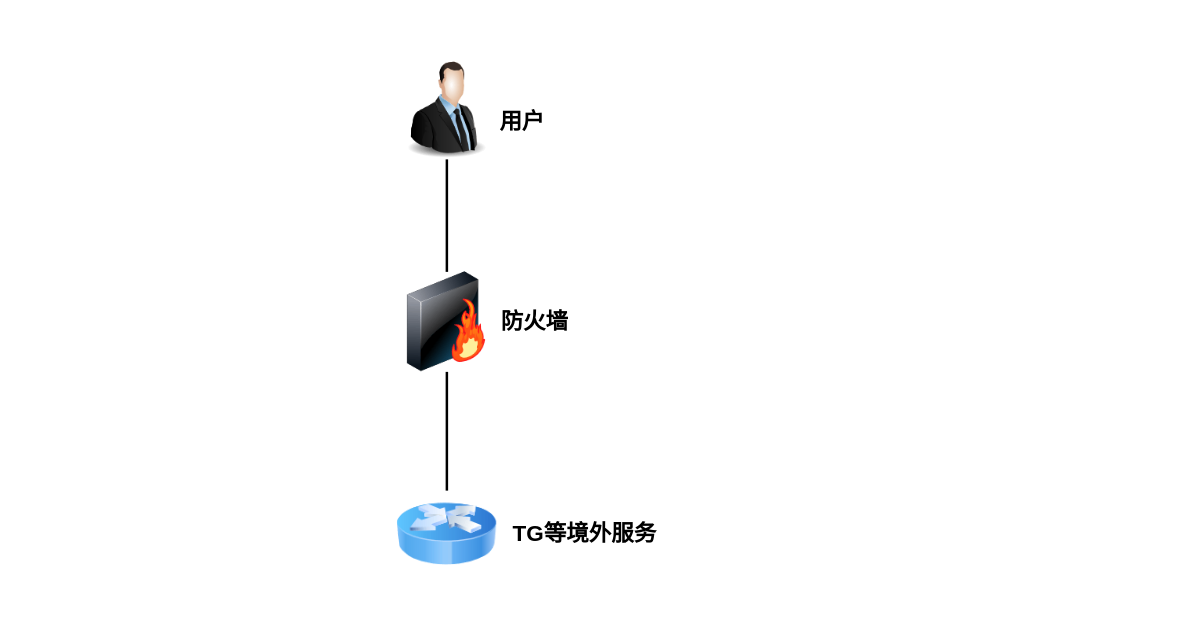
Ech0zr/liuchengtu keeps this draw.io diagram as 未命名绘图.drawio. Above is the earlier version. Source tidied: cells renumbered, new cells numbered last; positions are measured from the earlier drawing's top-left corner, leaving out a move shared by most shapes. Both pictures are drawn from the tidied source at 125%, with x=0, y=0 at pixel (396, 59).
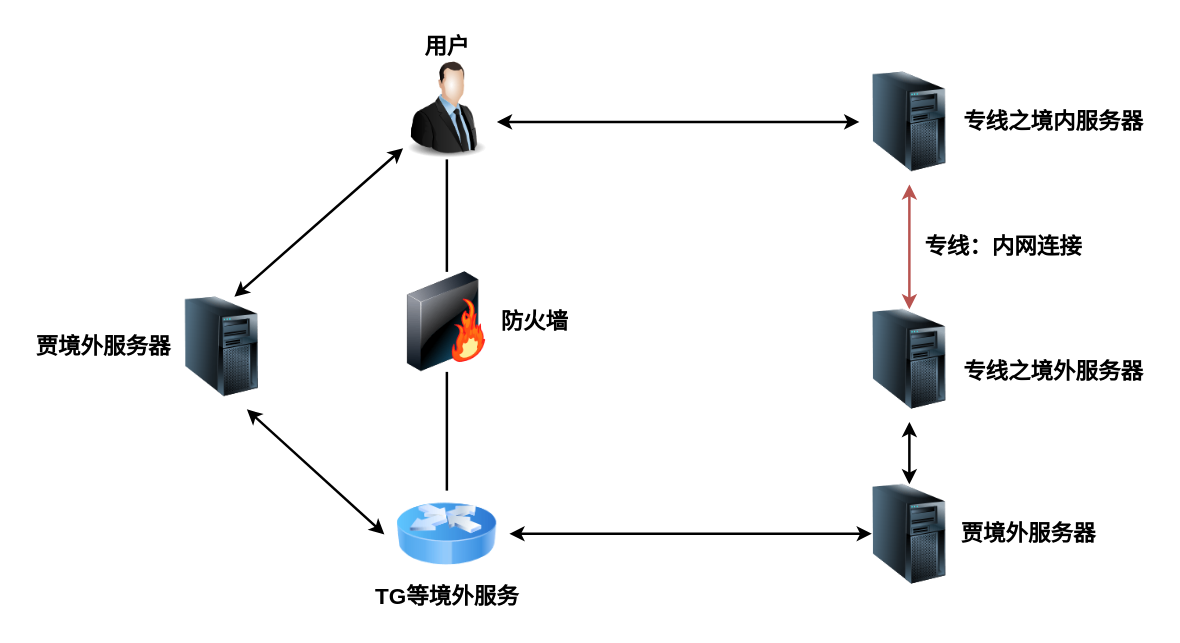
After the change.

The change refers to these unchanged cells:
```xml
<mxCell id="8" style="image;html=1;image=img/lib/clip_art/people/Suit_Man_128x128.png;" parent="1" vertex="1">
  <mxGeometry width="80" height="80" as="geometry" />
</mxCell>
```

The edit, as a diff of the source:
```diff
@@
     <mxCell id="5" value="&lt;b&gt;&lt;font style=&quot;font-size: 18px;&quot;&gt;TG等境外服务&lt;/font&gt;&lt;/b&gt;" style="text;html=1;align=center;verticalAlign=middle;strokeColor=none;fillColor=none;" parent="1" vertex="1">
-      <mxGeometry x="80" y="360" width="140" height="40" as="geometry" />
+      <mxGeometry x="-30" y="410" width="140" height="40" as="geometry" />
     </mxCell>
@@
     <mxCell id="9" value="&lt;b&gt;&lt;font style=&quot;font-size: 18px;&quot;&gt;用户&lt;/font&gt;&lt;/b&gt;" style="text;html=1;align=center;verticalAlign=middle;strokeColor=none;fillColor=none;" parent="1" vertex="1">
-      <mxGeometry x="70" y="30" width="60" height="40" as="geometry" />
+      <mxGeometry x="10" y="-30" width="60" height="40" as="geometry" />
     </mxCell>
+    <mxCell id="10" style="endArrow=classic;startArrow=classic;html=1;rounded=0;fontStyle=1;fontSize=18;strokeWidth=2;" parent="1" edge="1">
+      <mxGeometry relative="1" as="geometry">
+        <mxPoint x="-130" y="190" as="sourcePoint" />
+        <mxPoint x="5" y="71" as="targetPoint" />
+      </mxGeometry>
+    </mxCell>
+    <mxCell id="11" style="image;html=1;image=img/lib/clip_art/computers/Server_Tower_128x128.png;" parent="1" vertex="1">
+      <mxGeometry x="370" y="10" width="80" height="80" as="geometry" />
+    </mxCell>
+    <mxCell id="12" style="image;html=1;image=img/lib/clip_art/computers/Server_Tower_128x128.png;" parent="1" vertex="1">
+      <mxGeometry x="-180" y="190" width="80" height="80" as="geometry" />
+    </mxCell>
+    <mxCell id="13" style="endArrow=classic;startArrow=classic;html=1;rounded=0;fontStyle=1;fontSize=18;strokeWidth=2;" parent="1" edge="1">
+      <mxGeometry relative="1" as="geometry">
+        <mxPoint x="-120" y="280" as="sourcePoint" />
+        <mxPoint x="-10" y="380" as="targetPoint" />
+      </mxGeometry>
+    </mxCell>
+    <mxCell id="14" value="&lt;b&gt;&lt;font style=&quot;font-size: 18px;&quot;&gt;贾境外服务器&lt;/font&gt;&lt;/b&gt;" style="text;html=1;align=center;verticalAlign=middle;strokeColor=none;fillColor=none;" parent="1" vertex="1">
+      <mxGeometry x="-300" y="210" width="130" height="40" as="geometry" />
+    </mxCell>
+    <mxCell id="15" style="endArrow=classic;startArrow=classic;html=1;rounded=0;fontStyle=1;fontSize=18;strokeWidth=2;entryX=0;entryY=0.5;entryDx=0;entryDy=0;exitX=1;exitY=0.625;exitDx=0;exitDy=0;exitPerimeter=0;" parent="1" edge="1" source="8" target="11">
+      <mxGeometry relative="1" as="geometry" />
+    </mxCell>
+    <mxCell id="16" value="&lt;span style=&quot;font-size: 18px;&quot;&gt;&lt;b&gt;专线之境内服务器&lt;/b&gt;&lt;/span&gt;" style="text;html=1;align=center;verticalAlign=middle;strokeColor=none;fillColor=none;" parent="1" vertex="1">
+      <mxGeometry x="440" y="30" width="170" height="40" as="geometry" />
+    </mxCell>
+    <mxCell id="17" style="endArrow=classic;startArrow=classic;html=1;rounded=0;fontStyle=1;fontSize=18;strokeWidth=2;fillColor=#f8cecc;strokeColor=#b85450;" parent="1" edge="1">
+      <mxGeometry relative="1" as="geometry">
+        <mxPoint x="410" y="200" as="sourcePoint" />
+        <mxPoint x="410" y="100" as="targetPoint" />
+      </mxGeometry>
+    </mxCell>
+    <mxCell id="18" value="&lt;b&gt;&lt;font style=&quot;font-size: 18px;&quot;&gt;专线：内网连接&lt;/font&gt;&lt;/b&gt;" style="text;html=1;align=center;verticalAlign=middle;strokeColor=none;fillColor=none;" parent="1" vertex="1">
+      <mxGeometry x="410" y="130" width="150" height="40" as="geometry" />
+    </mxCell>
+    <mxCell id="19" style="image;html=1;image=img/lib/clip_art/computers/Server_Tower_128x128.png;" parent="1" vertex="1">
+      <mxGeometry x="370" y="200" width="80" height="80" as="geometry" />
+    </mxCell>
+    <mxCell id="20" value="&lt;span style=&quot;font-size: 18px;&quot;&gt;&lt;b&gt;专线之境外服务器&lt;/b&gt;&lt;/span&gt;" style="text;html=1;align=center;verticalAlign=middle;strokeColor=none;fillColor=none;" parent="1" vertex="1">
+      <mxGeometry x="440" y="230" width="170" height="40" as="geometry" />
+    </mxCell>
+    <mxCell id="21" style="image;html=1;image=img/lib/clip_art/computers/Server_Tower_128x128.png;" parent="1" vertex="1">
+      <mxGeometry x="370" y="340" width="80" height="80" as="geometry" />
+    </mxCell>
+    <mxCell id="22" style="endArrow=classic;startArrow=classic;html=1;rounded=0;fontStyle=1;fontSize=18;strokeWidth=2;exitX=0.5;exitY=0;exitDx=0;exitDy=0;" parent="1" edge="1" source="21">
+      <mxGeometry relative="1" as="geometry">
+        <mxPoint x="410" y="290" as="targetPoint" />
+      </mxGeometry>
+    </mxCell>
+    <mxCell id="23" value="&lt;b&gt;&lt;font style=&quot;font-size: 18px;&quot;&gt;贾境外服务器&lt;/font&gt;&lt;/b&gt;" style="text;html=1;align=center;verticalAlign=middle;strokeColor=none;fillColor=none;" parent="1" vertex="1">
+      <mxGeometry x="440" y="360" width="130" height="40" as="geometry" />
+    </mxCell>
+    <mxCell id="24" style="endArrow=classic;startArrow=classic;html=1;rounded=0;fontStyle=1;fontSize=18;strokeWidth=2;entryX=0;entryY=0.5;entryDx=0;entryDy=0;exitX=1;exitY=0.625;exitDx=0;exitDy=0;exitPerimeter=0;" parent="1" edge="1">
+      <mxGeometry relative="1" as="geometry">
+        <mxPoint x="90" y="379.5" as="sourcePoint" />
+        <mxPoint x="380" y="379.5" as="targetPoint" />
+      </mxGeometry>
+    </mxCell>
```
